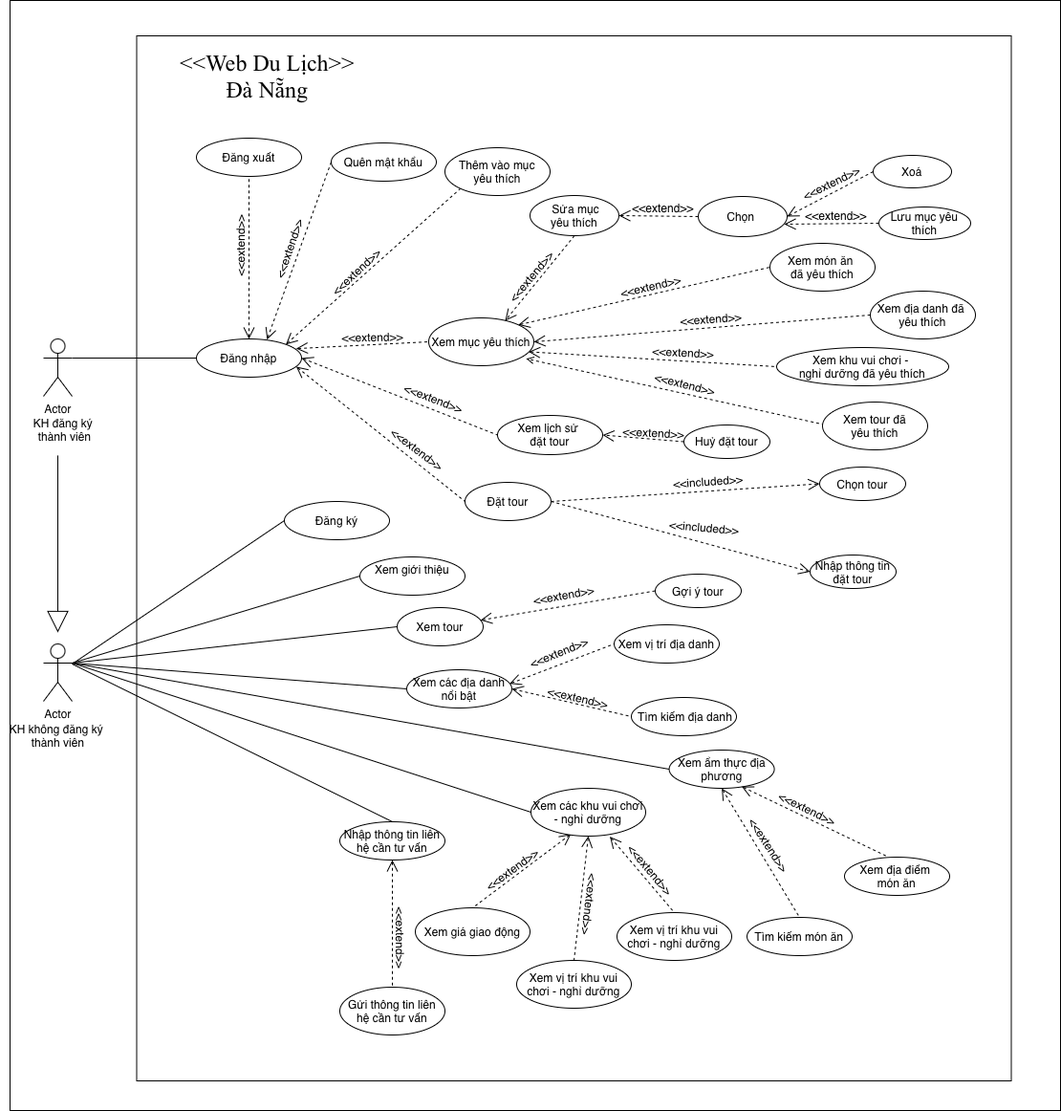
Earlier version of the draw.io export USE CASE DIAGRAM_CUS.drawio.png (MinhCaoPC/DOAN). Source tidied: cells renumbered, new cells last; positions are measured from the earlier drawing's top-left corner, leaving out a move shared by most shapes.
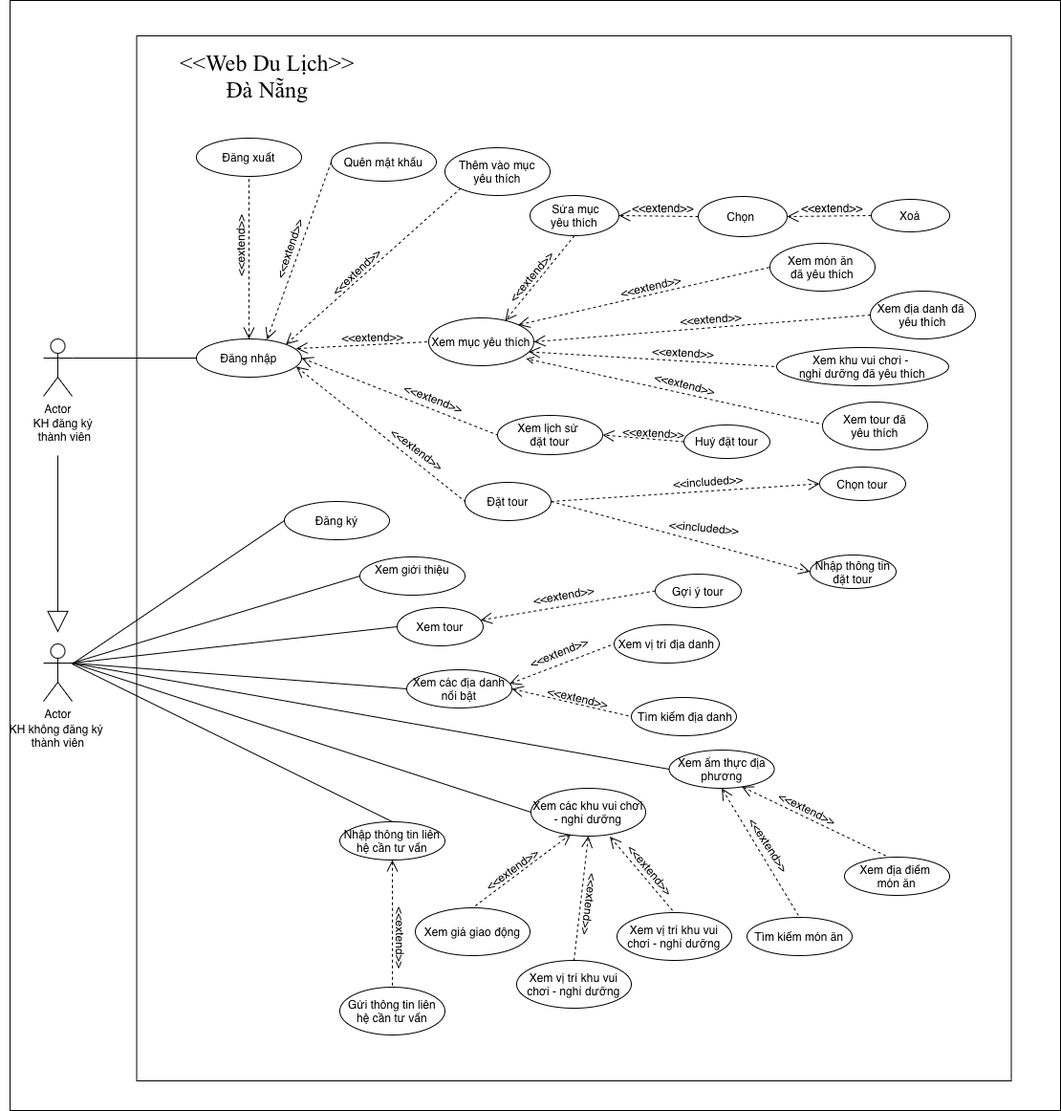
After the change.

Change to the diagram source:
```diff
@@ -271,17 +271,11 @@
       <mxGeometry relative="1" as="geometry" />
     </mxCell>
     <mxCell id="88" value="Xoá" style="ellipse;whiteSpace=wrap;html=1;direction=east;" parent="1" vertex="1">
-      <mxGeometry x="913" y="162" width="82" height="34" as="geometry" />
+      <mxGeometry x="911" y="208" width="82" height="34" as="geometry" />
     </mxCell>
     <mxCell id="89" style="rounded=0;jettySize=auto;html=1;exitX=0.5;exitY=1;exitDx=0;exitDy=0;entryX=0.727;entryY=0.06;entryDx=0;entryDy=0;entryPerimeter=0;endArrow=open;endFill=0;endSize=10;dashed=1;" parent="1" edge="1" source="86" target="55">
       <mxGeometry relative="1" as="geometry" />
     </mxCell>
-    <mxCell id="90" style="rounded=0;jettySize=auto;html=1;exitX=0;exitY=0.5;exitDx=0;exitDy=0;entryX=0.968;entryY=0.69;entryDx=0;entryDy=0;entryPerimeter=0;endArrow=open;endFill=0;endSize=10;dashed=1;" parent="1" edge="1" source="91" target="93">
-      <mxGeometry relative="1" as="geometry" />
-    </mxCell>
-    <mxCell id="91" value="Lưu mục yêu thích" style="ellipse;whiteSpace=wrap;html=1;direction=east;" parent="1" vertex="1">
-      <mxGeometry x="919" y="216" width="96" height="34" as="geometry" />
-    </mxCell>
     <mxCell id="92" style="rounded=0;jettySize=auto;html=1;exitX=0;exitY=0.5;exitDx=0;exitDy=0;entryX=1;entryY=0.5;entryDx=0;entryDy=0;dashed=1;endArrow=open;endFill=0;endSize=10;" parent="1" edge="1" source="93" target="86">
       <mxGeometry relative="1" as="geometry" />
     </mxCell>
@@ -294,11 +288,8 @@
     <mxCell id="95" value="&amp;lt;&amp;lt;extend&amp;gt;&amp;gt;" style="text;html=1;align=center;verticalAlign=middle;strokeColor=none;fillColor=none;rotation=0;" parent="1" vertex="1">
       <mxGeometry x="652" y="204" width="82" height="26" as="geometry" />
     </mxCell>
-    <mxCell id="96" value="&amp;lt;&amp;lt;extend&amp;gt;&amp;gt;" style="text;html=1;align=center;verticalAlign=middle;strokeColor=none;fillColor=none;rotation=0;" parent="1" vertex="1">
-      <mxGeometry x="833" y="212" width="82" height="26" as="geometry" />
-    </mxCell>
-    <mxCell id="97" value="&amp;lt;&amp;lt;extend&amp;gt;&amp;gt;" style="text;html=1;align=center;verticalAlign=middle;strokeColor=none;fillColor=none;rotation=334;" parent="1" vertex="1">
-      <mxGeometry x="828" y="178" width="82" height="26" as="geometry" />
+    <mxCell id="97" value="&amp;lt;&amp;lt;extend&amp;gt;&amp;gt;" style="text;html=1;align=center;verticalAlign=middle;strokeColor=none;fillColor=none;rotation=0;" parent="1" vertex="1">
+      <mxGeometry x="829" y="204" width="82" height="26" as="geometry" />
     </mxCell>
     <mxCell id="98" style="edgeStyle=orthogonalEdgeStyle;rounded=0;orthogonalLoop=1;jettySize=auto;html=1;exitX=0.5;exitY=1;exitDx=0;exitDy=0;" parent="1" edge="1">
       <mxGeometry relative="1" as="geometry">
```
